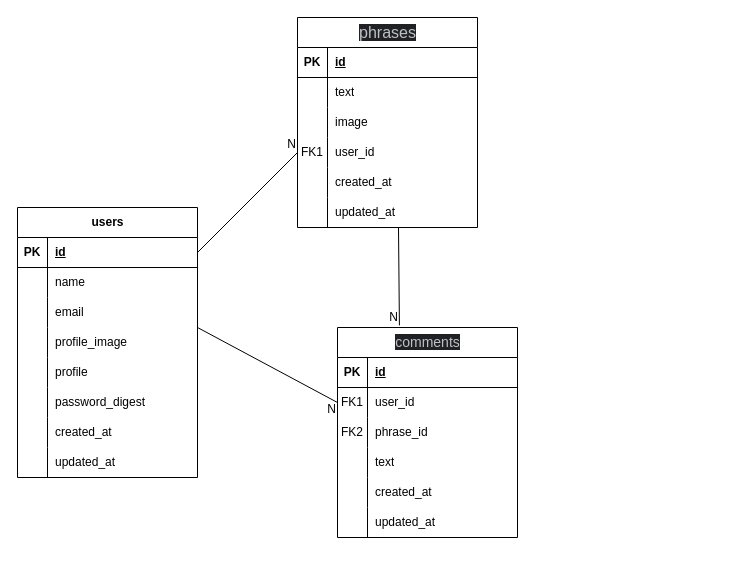
The draw.io diagram ユーザー登録機能のテーブル設計.drawio in terananay/ER-, before the edit. Source tidied: cells renumbered, new cells numbered last; positions are measured from the earlier drawing's top-left corner, leaving out a move shared by most shapes. Both pictures are drawn from the tidied source at 100%, with x=0, y=0 at pixel (17, 17).
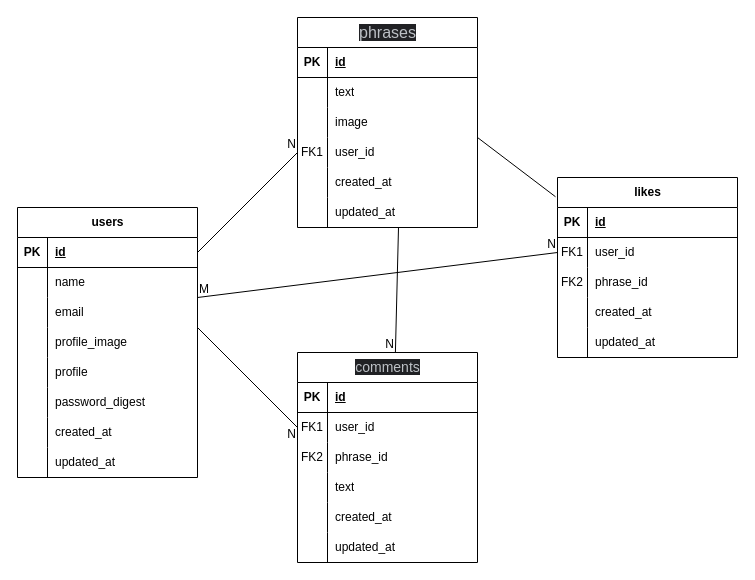
Above is the later version.

Commit message:
いいねテーブルを追加

What changed in the source:
```diff
@@
     <mxCell id="51" value="&lt;span style=&quot;color: rgb(189, 193, 198); font-family: arial, sans-serif; font-size: 14px; font-style: normal; font-variant-ligatures: normal; font-variant-caps: normal; font-weight: 400; letter-spacing: normal; orphans: 2; text-align: left; text-indent: 0px; text-transform: none; widows: 2; word-spacing: 0px; -webkit-text-stroke-width: 0px; background-color: rgb(32, 33, 36); text-decoration-thickness: initial; text-decoration-style: initial; text-decoration-color: initial; float: none; display: inline !important;&quot;&gt;comments&lt;/span&gt;" style="shape=table;startSize=30;childLayout=tableLayout;rowLines=0;fontStyle=1;align=center;html=1;" parent="50" vertex="1">
-      <mxGeometry x="320" y="310" width="180" height="210" as="geometry" />
+      <mxGeometry x="280" y="335" width="180" height="210" as="geometry" />
     </mxCell>
@@
-    <mxCell id="72" style="endArrow=none;html=1;rounded=0;entryX=0.344;entryY=-0.01;entryDx=0;entryDy=0;entryPerimeter=0;" parent="50" edge="1" target="51">
+    <mxCell id="72" style="endArrow=none;html=1;rounded=0;entryX=0.544;entryY=-0.002;entryDx=0;entryDy=0;entryPerimeter=0;" parent="50" edge="1" target="51">
       <mxGeometry relative="1" as="geometry">
         <mxPoint x="381" y="210" as="sourcePoint" />
       </mxGeometry>
     </mxCell>
@@
+    <mxCell id="74" parent="0" />
+    <mxCell id="75" value="likes" style="shape=table;startSize=30;childLayout=tableLayout;rowLines=0;fontStyle=1;align=center;html=1;" parent="74" vertex="1">
+      <mxGeometry x="540" y="160" width="180" height="180" as="geometry" />
+    </mxCell>
+    <mxCell id="76" style="shape=tableRow;horizontal=0;startSize=0;swimlaneHead=0;swimlaneBody=0;fillColor=none;top=0;left=0;right=0;bottom=1;" parent="75" vertex="1">
+      <mxGeometry y="30" width="180" height="30" as="geometry" />
+    </mxCell>
+    <mxCell id="77" value="PK" style="shape=partialRectangle;fillColor=none;top=0;left=0;bottom=0;right=0;fontStyle=1;overflow=hidden;whiteSpace=wrap;html=1;" parent="76" vertex="1">
+      <mxGeometry width="30" height="30" as="geometry" />
+    </mxCell>
+    <mxCell id="78" value="id" style="shape=partialRectangle;fillColor=none;top=0;left=0;bottom=0;right=0;align=left;spacingLeft=6;fontStyle=5;overflow=hidden;whiteSpace=wrap;html=1;" parent="76" vertex="1">
+      <mxGeometry x="30" width="150" height="30" as="geometry" />
+    </mxCell>
+    <mxCell id="79" style="shape=tableRow;horizontal=0;startSize=0;swimlaneHead=0;swimlaneBody=0;fillColor=none;points=[[0,0.5],[1,0.5]];portConstraint=eastwest;top=0;left=0;right=0;bottom=0;" parent="75" vertex="1">
+      <mxGeometry y="60" width="180" height="30" as="geometry" />
+    </mxCell>
+    <mxCell id="80" value="FK1" style="shape=partialRectangle;fillColor=none;top=0;left=0;bottom=0;right=0;overflow=hidden;whiteSpace=wrap;html=1;" parent="79" vertex="1">
+      <mxGeometry width="30" height="30" as="geometry" />
+    </mxCell>
+    <mxCell id="81" value="user_id" style="shape=partialRectangle;fillColor=none;top=0;left=0;bottom=0;right=0;align=left;spacingLeft=6;overflow=hidden;whiteSpace=wrap;html=1;" parent="79" vertex="1">
+      <mxGeometry x="30" width="150" height="30" as="geometry" />
+    </mxCell>
+    <mxCell id="82" style="shape=tableRow;horizontal=0;startSize=0;swimlaneHead=0;swimlaneBody=0;fillColor=none;top=0;left=0;right=0;bottom=0;" parent="75" vertex="1">
+      <mxGeometry y="90" width="180" height="30" as="geometry" />
+    </mxCell>
+    <mxCell id="83" value="FK2" style="shape=partialRectangle;fillColor=none;top=0;left=0;bottom=0;right=0;overflow=hidden;whiteSpace=wrap;html=1;" parent="82" vertex="1">
+      <mxGeometry width="30" height="30" as="geometry" />
+    </mxCell>
+    <mxCell id="84" value="phrase_id" style="shape=partialRectangle;fillColor=none;top=0;left=0;bottom=0;right=0;align=left;spacingLeft=6;overflow=hidden;whiteSpace=wrap;html=1;" parent="82" vertex="1">
+      <mxGeometry x="30" width="150" height="30" as="geometry" />
+    </mxCell>
+    <mxCell id="85" style="shape=tableRow;horizontal=0;startSize=0;swimlaneHead=0;swimlaneBody=0;fillColor=none;top=0;left=0;right=0;bottom=0;" parent="75" vertex="1">
+      <mxGeometry y="120" width="180" height="30" as="geometry" />
+    </mxCell>
+    <mxCell id="86" style="shape=partialRectangle;fillColor=none;top=0;left=0;bottom=0;right=0;overflow=hidden;whiteSpace=wrap;html=1;" parent="85" vertex="1">
+      <mxGeometry width="30" height="30" as="geometry" />
+    </mxCell>
+    <mxCell id="87" value="created_at" style="shape=partialRectangle;fillColor=none;top=0;left=0;bottom=0;right=0;align=left;spacingLeft=6;overflow=hidden;whiteSpace=wrap;html=1;" parent="85" vertex="1">
+      <mxGeometry x="30" width="150" height="30" as="geometry" />
+    </mxCell>
+    <mxCell id="88" style="shape=tableRow;horizontal=0;startSize=0;swimlaneHead=0;swimlaneBody=0;fillColor=none;top=0;left=0;right=0;bottom=0;" parent="75" vertex="1">
+      <mxGeometry y="150" width="180" height="30" as="geometry" />
+    </mxCell>
+    <mxCell id="89" style="shape=partialRectangle;fillColor=none;top=0;left=0;bottom=0;right=0;overflow=hidden;whiteSpace=wrap;html=1;" parent="88" vertex="1">
+      <mxGeometry width="30" height="30" as="geometry" />
+    </mxCell>
+    <mxCell id="90" value="updated_at" style="shape=partialRectangle;fillColor=none;top=0;left=0;bottom=0;right=0;align=left;spacingLeft=6;overflow=hidden;whiteSpace=wrap;html=1;" parent="88" vertex="1">
+      <mxGeometry x="30" width="150" height="30" as="geometry" />
+    </mxCell>
+    <mxCell id="91" style="endArrow=none;html=1;rounded=0;entryX=-0.011;entryY=0.107;entryDx=0;entryDy=0;entryPerimeter=0;" parent="74" edge="1" target="75">
+      <mxGeometry relative="1" as="geometry">
+        <mxPoint x="460" y="120" as="sourcePoint" />
+      </mxGeometry>
+    </mxCell>
+    <mxCell id="92" style="endArrow=none;html=1;rounded=0;entryX=0;entryY=0.5;entryDx=0;entryDy=0;" parent="74" edge="1" target="79">
+      <mxGeometry relative="1" as="geometry">
+        <mxPoint x="180" y="280" as="sourcePoint" />
+      </mxGeometry>
+    </mxCell>
+    <mxCell id="93" value="M" style="html=1;whiteSpace=wrap;align=left;verticalAlign=bottom;" parent="92" vertex="1">
+      <mxGeometry x="-1" relative="1" as="geometry" />
+    </mxCell>
+    <mxCell id="94" value="N" style="html=1;whiteSpace=wrap;align=right;verticalAlign=bottom;" parent="92" vertex="1">
+      <mxGeometry x="1" relative="1" as="geometry" />
+    </mxCell>
```
